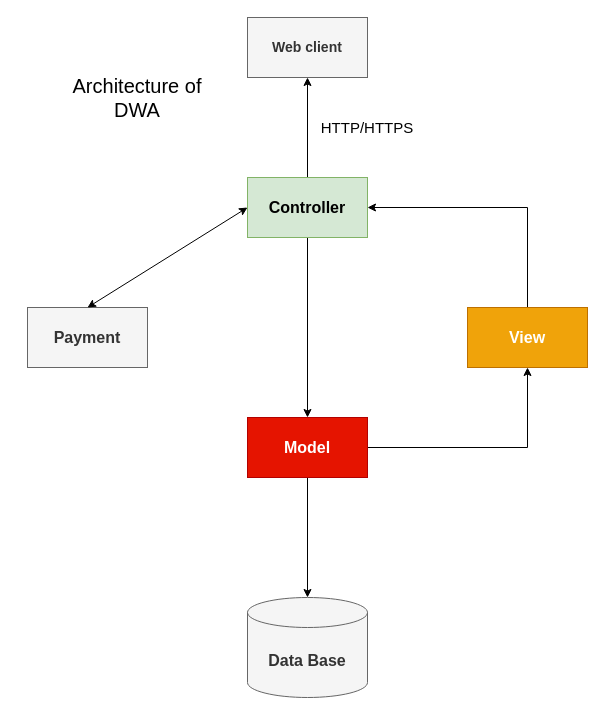
This is docs/analysis and design/DWA's MVC.drawio from nnhuynh306/E-commerce_Web_Application, a draw.io file, before an edit. Source tidied: cells renumbered, new cells numbered last; positions are measured from the earlier drawing's top-left corner, leaving out a move shared by most shapes. Both pictures are drawn from the tidied source at 100%, with x=0, y=0 at pixel (27, 17).
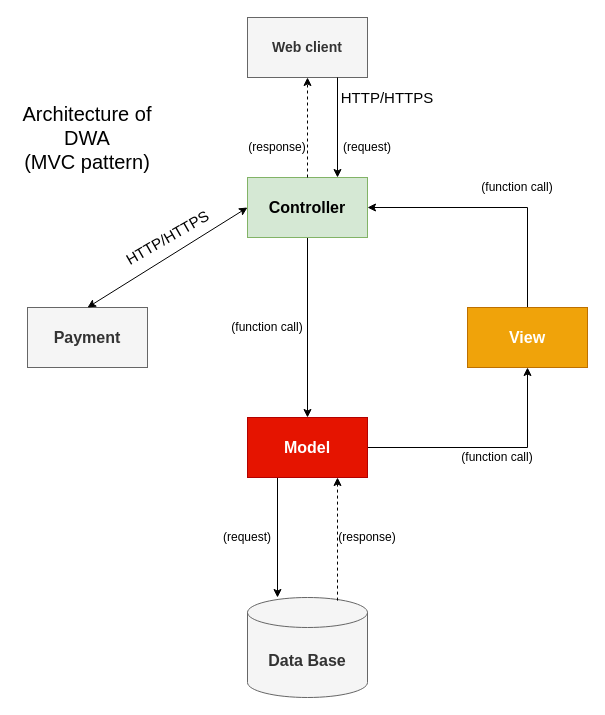
After the change.

Unchanged cells that the change refers to:
```xml
<mxCell id="2" value="Web client" style="rounded=0;whiteSpace=wrap;html=1;fontSize=14;fontStyle=1;fillColor=#f5f5f5;strokeColor=#666666;fontColor=#333333;" parent="1" vertex="1">
  <mxGeometry x="220" width="120" height="60" as="geometry" />
</mxCell>
<mxCell id="5" value="Controller" style="rounded=0;whiteSpace=wrap;html=1;fontSize=16;fontStyle=1;fillColor=#d5e8d4;strokeColor=#82b366;" parent="1" vertex="1">
  <mxGeometry x="220" y="160" width="120" height="60" as="geometry" />
</mxCell>
<mxCell id="10" value="Model" style="rounded=0;whiteSpace=wrap;html=1;fontSize=16;fontStyle=1;fillColor=#e51400;strokeColor=#B20000;fontColor=#ffffff;" parent="1" vertex="1">
  <mxGeometry x="220" y="400" width="120" height="60" as="geometry" />
</mxCell>
<mxCell id="11" value="&lt;font style=&quot;font-size: 16px&quot;&gt;Data Base&lt;/font&gt;" style="shape=cylinder3;whiteSpace=wrap;html=1;boundedLbl=1;backgroundOutline=1;size=15;fontSize=16;fontStyle=1;fillColor=#f5f5f5;strokeColor=#666666;fontColor=#333333;" parent="1" vertex="1">
  <mxGeometry x="220" y="580" width="120" height="100" as="geometry" />
</mxCell>
```

The edit, as a diff of the source:
```diff
@@
-    <mxCell id="3" style="edgeStyle=orthogonalEdgeStyle;rounded=0;jettySize=auto;html=1;exitX=0.5;exitY=0;exitDx=0;exitDy=0;entryX=0.5;entryY=1;entryDx=0;entryDy=0;fontSize=16;" parent="1" edge="1" source="5" target="2">
+    <mxCell id="3" style="edgeStyle=orthogonalEdgeStyle;rounded=0;jettySize=auto;html=1;exitX=0.75;exitY=1;exitDx=0;exitDy=0;entryX=0.75;entryY=0;entryDx=0;entryDy=0;fontSize=16;" parent="1" edge="1" source="2" target="5">
       <mxGeometry relative="1" as="geometry" />
     </mxCell>
@@
-    <mxCell id="8" style="edgeStyle=orthogonalEdgeStyle;rounded=0;jettySize=auto;html=1;entryX=0.5;entryY=0;entryDx=0;entryDy=0;entryPerimeter=0;fontSize=16;" parent="1" edge="1" source="10" target="11">
+    <mxCell id="8" style="rounded=0;jettySize=auto;html=1;fontSize=16;exitX=0.25;exitY=1;exitDx=0;exitDy=0;entryX=0.25;entryY=0;entryDx=0;entryDy=0;entryPerimeter=0;" parent="1" edge="1" source="10" target="11">
       <mxGeometry relative="1" as="geometry" />
     </mxCell>
@@
     <mxCell id="14" value="HTTP/HTTPS" style="text;html=1;strokeColor=none;fillColor=none;align=center;verticalAlign=middle;whiteSpace=wrap;rounded=0;fontSize=15;" parent="1" vertex="1">
-      <mxGeometry x="320" y="100" width="40" height="20" as="geometry" />
+      <mxGeometry x="340" y="70" width="40" height="20" as="geometry" />
     </mxCell>
-    <mxCell id="15" value="Architecture of DWA" style="text;html=1;strokeColor=none;fillColor=none;align=center;verticalAlign=middle;whiteSpace=wrap;rounded=0;fontSize=20;" parent="1" vertex="1">
-      <mxGeometry x="40" y="40" width="140" height="80" as="geometry" />
+    <mxCell id="15" value="Architecture of DWA&lt;br&gt;(MVC pattern)" style="text;html=1;strokeColor=none;fillColor=none;align=center;verticalAlign=middle;whiteSpace=wrap;rounded=0;fontSize=20;" parent="1" vertex="1">
+      <mxGeometry x="-10" y="80" width="140" height="80" as="geometry" />
     </mxCell>
+    <mxCell id="16" style="endArrow=classic;dashed=1;html=1;exitX=0.5;exitY=0;exitDx=0;exitDy=0;rounded=0;endFill=1;" parent="1" edge="1" source="5" target="2">
+      <mxGeometry relative="1" as="geometry" />
+    </mxCell>
+    <mxCell id="17" value="(response)" style="text;html=1;strokeColor=none;fillColor=none;align=center;verticalAlign=middle;whiteSpace=wrap;rounded=0;" parent="1" vertex="1">
+      <mxGeometry x="230" y="120" width="40" height="20" as="geometry" />
+    </mxCell>
+    <mxCell id="18" value="(request)" style="text;html=1;strokeColor=none;fillColor=none;align=center;verticalAlign=middle;whiteSpace=wrap;rounded=0;" parent="1" vertex="1">
+      <mxGeometry x="320" y="120" width="40" height="20" as="geometry" />
+    </mxCell>
+    <mxCell id="19" style="endArrow=classic;dashed=1;html=1;exitX=0.75;exitY=0.031;exitDx=0;exitDy=0;rounded=0;endFill=1;exitPerimeter=0;" parent="1" edge="1" source="11">
+      <mxGeometry relative="1" as="geometry">
+        <mxPoint x="310" y="460" as="targetPoint" />
+      </mxGeometry>
+    </mxCell>
+    <mxCell id="20" value="(response)" style="text;html=1;strokeColor=none;fillColor=none;align=center;verticalAlign=middle;whiteSpace=wrap;rounded=0;" parent="1" vertex="1">
+      <mxGeometry x="320" y="510" width="40" height="20" as="geometry" />
+    </mxCell>
+    <mxCell id="21" value="(request)" style="text;html=1;strokeColor=none;fillColor=none;align=center;verticalAlign=middle;whiteSpace=wrap;rounded=0;" parent="1" vertex="1">
+      <mxGeometry x="200" y="510" width="40" height="20" as="geometry" />
+    </mxCell>
+    <mxCell id="22" value="(function call)" style="text;html=1;strokeColor=none;fillColor=none;align=center;verticalAlign=middle;whiteSpace=wrap;rounded=0;" parent="1" vertex="1">
+      <mxGeometry x="190" y="300" width="100" height="20" as="geometry" />
+    </mxCell>
+    <mxCell id="23" value="(function call)" style="text;html=1;strokeColor=none;fillColor=none;align=center;verticalAlign=middle;whiteSpace=wrap;rounded=0;" parent="1" vertex="1">
+      <mxGeometry x="420" y="430" width="100" height="20" as="geometry" />
+    </mxCell>
+    <mxCell id="24" value="(function call)" style="text;html=1;strokeColor=none;fillColor=none;align=center;verticalAlign=middle;whiteSpace=wrap;rounded=0;" parent="1" vertex="1">
+      <mxGeometry x="440" y="160" width="100" height="20" as="geometry" />
+    </mxCell>
+    <mxCell id="25" value="HTTP/HTTPS" style="text;html=1;strokeColor=none;fillColor=none;align=center;verticalAlign=middle;whiteSpace=wrap;rounded=0;fontSize=15;rotation=-30;" parent="1" vertex="1">
+      <mxGeometry x="120" y="210" width="40" height="20" as="geometry" />
+    </mxCell>
```
